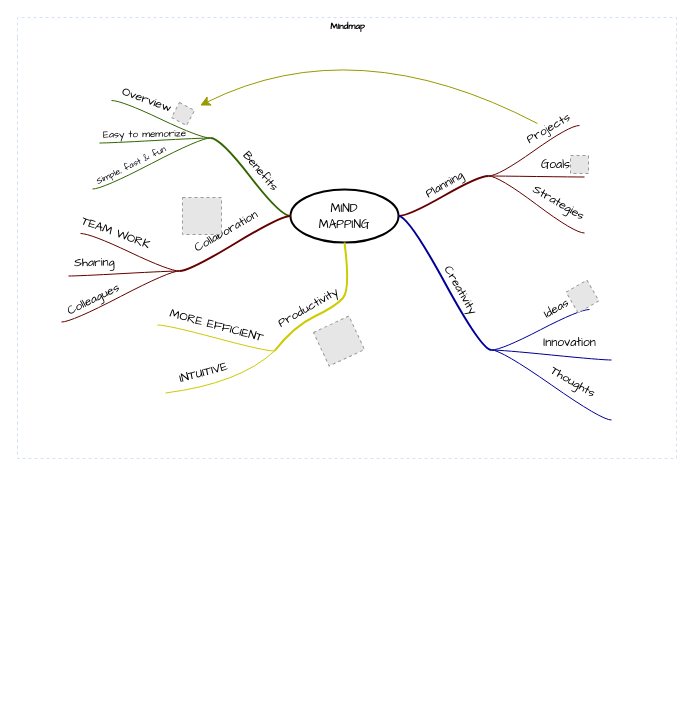
This is 面试/未命名绘图.drawio from zkx992694855/for-draw.io, a draw.io file, before an edit. Source tidied: cells renumbered, new cells numbered last; positions are measured from the earlier drawing's top-left corner, leaving out a move shared by most shapes. Both pictures are drawn from the tidied source at 100%, with x=0, y=0 at pixel (17, 17). Pictures stored in the file or linked from it are replaced by grey dashed boxes.
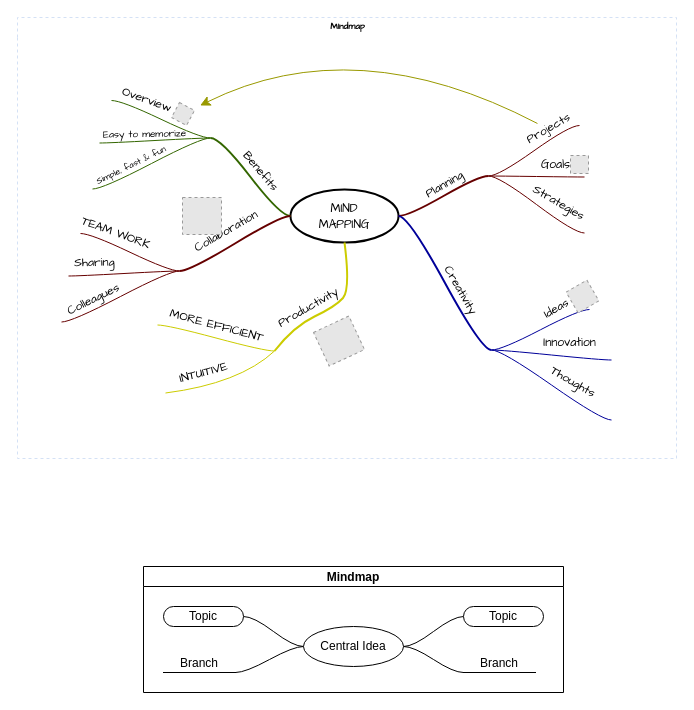
After the change.

The edit, as a diff of the source:
```diff
@@
+    <mxCell id="72" value="Mindmap" style="swimlane;startSize=20;horizontal=1;containerType=tree;" parent="1" vertex="1">
+      <mxGeometry x="126" y="549" width="420" height="126" as="geometry" />
+    </mxCell>
+    <mxCell id="73" style="edgeStyle=entityRelationEdgeStyle;startArrow=none;endArrow=none;segment=10;curved=1;sourcePerimeterSpacing=0;targetPerimeterSpacing=0;rounded=0;" parent="72" edge="1" source="77" target="78">
+      <mxGeometry relative="1" as="geometry" />
+    </mxCell>
+    <mxCell id="74" style="edgeStyle=entityRelationEdgeStyle;startArrow=none;endArrow=none;segment=10;curved=1;sourcePerimeterSpacing=0;targetPerimeterSpacing=0;rounded=0;" parent="72" edge="1" source="77" target="79">
+      <mxGeometry relative="1" as="geometry" />
+    </mxCell>
+    <mxCell id="75" style="edgeStyle=entityRelationEdgeStyle;startArrow=none;endArrow=none;segment=10;curved=1;sourcePerimeterSpacing=0;targetPerimeterSpacing=0;rounded=0;" parent="72" edge="1" source="77" target="80">
+      <mxGeometry relative="1" as="geometry" />
+    </mxCell>
+    <mxCell id="76" style="edgeStyle=entityRelationEdgeStyle;startArrow=none;endArrow=none;segment=10;curved=1;sourcePerimeterSpacing=0;targetPerimeterSpacing=0;rounded=0;" parent="72" edge="1" source="77" target="81">
+      <mxGeometry relative="1" as="geometry" />
+    </mxCell>
+    <mxCell id="77" value="Central Idea" style="ellipse;whiteSpace=wrap;html=1;align=center;newEdgeStyle={&quot;edgeStyle&quot;:&quot;entityRelationEdgeStyle&quot;,&quot;startArrow&quot;:&quot;none&quot;,&quot;endArrow&quot;:&quot;none&quot;,&quot;segment&quot;:10,&quot;curved&quot;:1,&quot;sourcePerimeterSpacing&quot;:0,&quot;targetPerimeterSpacing&quot;:0};" parent="72" vertex="1">
+      <mxGeometry x="160" y="60" width="100" height="40" as="geometry" />
+    </mxCell>
+    <mxCell id="78" value="Topic" style="whiteSpace=wrap;html=1;rounded=1;arcSize=50;align=center;verticalAlign=middle;strokeWidth=1;spacing=4;newEdgeStyle={&quot;edgeStyle&quot;:&quot;entityRelationEdgeStyle&quot;,&quot;startArrow&quot;:&quot;none&quot;,&quot;endArrow&quot;:&quot;none&quot;,&quot;segment&quot;:10,&quot;curved&quot;:1,&quot;sourcePerimeterSpacing&quot;:0,&quot;targetPerimeterSpacing&quot;:0};" parent="72" vertex="1">
+      <mxGeometry x="320" y="40" width="80" height="20" as="geometry" />
+    </mxCell>
+    <mxCell id="79" value="Branch" style="whiteSpace=wrap;html=1;shape=partialRectangle;top=0;left=0;bottom=1;right=0;points=[[0,1],[1,1]];fillColor=none;align=center;verticalAlign=bottom;routingCenterY=0.5;snapToPoint=1;newEdgeStyle={&quot;edgeStyle&quot;:&quot;entityRelationEdgeStyle&quot;,&quot;startArrow&quot;:&quot;none&quot;,&quot;endArrow&quot;:&quot;none&quot;,&quot;segment&quot;:10,&quot;curved&quot;:1,&quot;sourcePerimeterSpacing&quot;:0,&quot;targetPerimeterSpacing&quot;:0};" parent="72" vertex="1">
+      <mxGeometry x="320" y="80" width="72" height="26" as="geometry" />
+    </mxCell>
+    <mxCell id="80" value="Topic" style="whiteSpace=wrap;html=1;rounded=1;arcSize=50;align=center;verticalAlign=middle;strokeWidth=1;spacing=4;newEdgeStyle={&quot;edgeStyle&quot;:&quot;entityRelationEdgeStyle&quot;,&quot;startArrow&quot;:&quot;none&quot;,&quot;endArrow&quot;:&quot;none&quot;,&quot;segment&quot;:10,&quot;curved&quot;:1,&quot;sourcePerimeterSpacing&quot;:0,&quot;targetPerimeterSpacing&quot;:0};" parent="72" vertex="1">
+      <mxGeometry x="20" y="40" width="80" height="20" as="geometry" />
+    </mxCell>
+    <mxCell id="81" value="Branch" style="whiteSpace=wrap;html=1;shape=partialRectangle;top=0;left=0;bottom=1;right=0;points=[[0,1],[1,1]];fillColor=none;align=center;verticalAlign=bottom;routingCenterY=0.5;snapToPoint=1;newEdgeStyle={&quot;edgeStyle&quot;:&quot;entityRelationEdgeStyle&quot;,&quot;startArrow&quot;:&quot;none&quot;,&quot;endArrow&quot;:&quot;none&quot;,&quot;segment&quot;:10,&quot;curved&quot;:1,&quot;sourcePerimeterSpacing&quot;:0,&quot;targetPerimeterSpacing&quot;:0};" parent="72" vertex="1">
+      <mxGeometry x="20" y="80" width="72" height="26" as="geometry" />
+    </mxCell>
```
